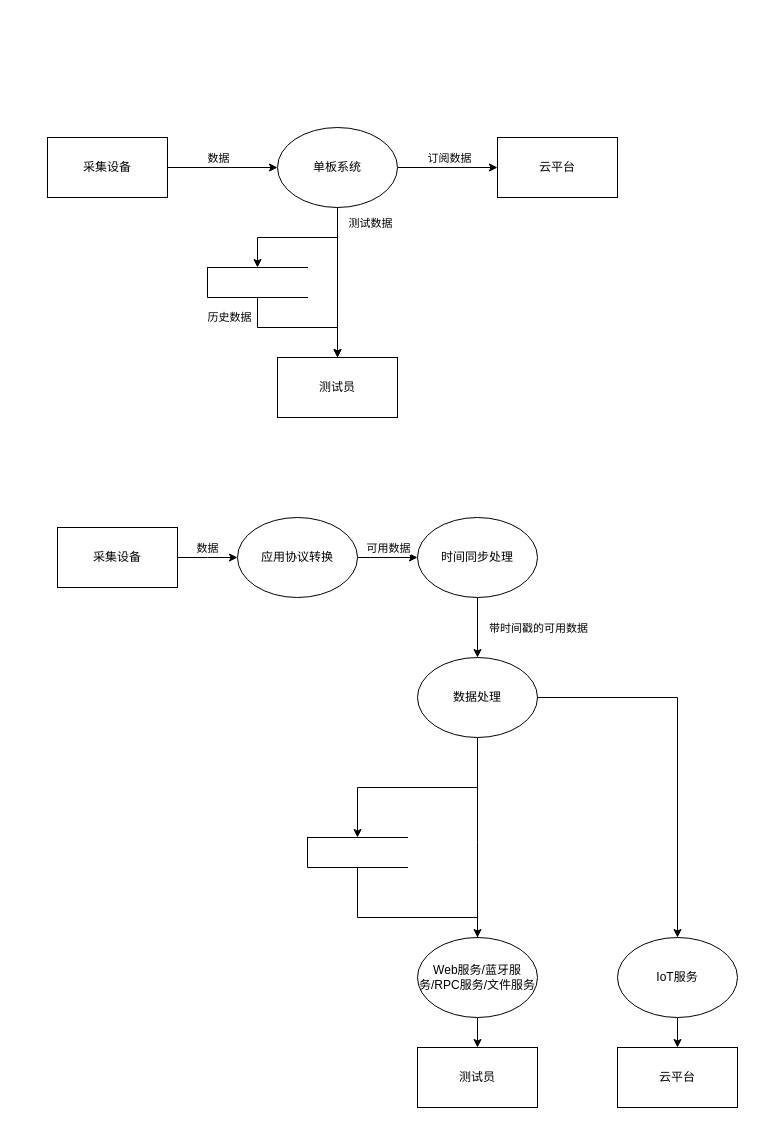
Above: RaspPI/general design.drawio in zhugy08/drawio (draw.io), before the change. Source tidied: cells renumbered, new cells numbered last; positions are measured from the earlier drawing's top-left corner, leaving out a move shared by most shapes. Both pictures are drawn from the tidied source at 100%, with x=0, y=0 at pixel (47, 127).
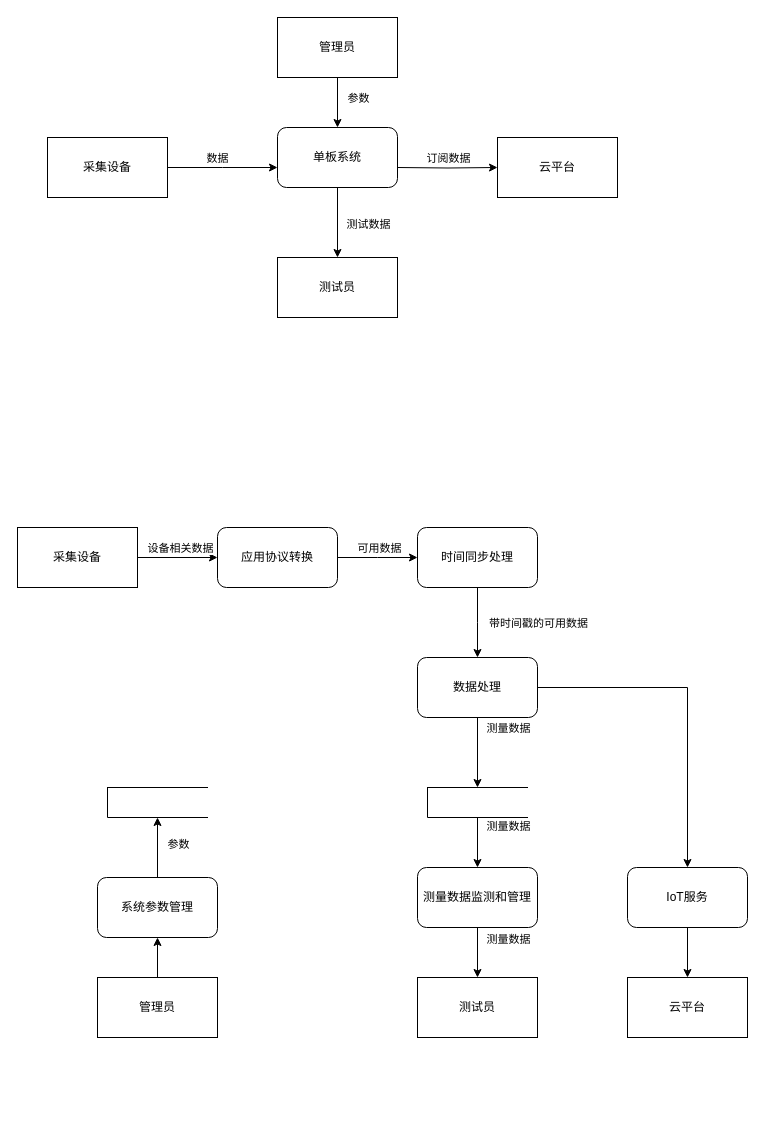
The same diagram, later.

Unchanged cells that the change refers to:
```xml
<mxCell id="4" value="采集设备" style="rounded=0;whiteSpace=wrap;html=1;" parent="1" vertex="1">
  <mxGeometry y="10" width="120" height="60" as="geometry" />
</mxCell>
<mxCell id="12" value="云平台" style="rounded=0;whiteSpace=wrap;html=1;" parent="1" vertex="1">
  <mxGeometry x="450" y="10" width="120" height="60" as="geometry" />
</mxCell>
```

The edit, as a diff of the source:
```diff
@@
-    <mxCell id="2" style="edgeStyle=orthogonalEdgeStyle;rounded=0;jettySize=auto;html=1;" parent="1" edge="1" source="4" target="10">
-      <mxGeometry relative="1" as="geometry" />
+    <mxCell id="2" style="edgeStyle=orthogonalEdgeStyle;rounded=0;jettySize=auto;html=1;" parent="1" edge="1" source="4">
+      <mxGeometry relative="1" as="geometry">
+        <mxPoint x="230" y="40" as="targetPoint" />
+      </mxGeometry>
     </mxCell>
@@
-    <mxCell id="5" style="edgeStyle=orthogonalEdgeStyle;rounded=0;jettySize=auto;html=1;" parent="1" edge="1" source="10" target="11">
-      <mxGeometry relative="1" as="geometry">
-        <Array as="points">
-          <mxPoint x="290" y="110" />
-          <mxPoint x="290" y="110" />
-        </Array>
-      </mxGeometry>
+    <mxCell id="5" style="edgeStyle=orthogonalEdgeStyle;rounded=0;jettySize=auto;html=1;exitX=0.5;exitY=1;exitDx=0;exitDy=0;" parent="1" edge="1" source="10" target="11">
+      <mxGeometry relative="1" as="geometry" />
     </mxCell>
+    <mxCell id="9" value="&lt;div&gt;测试数据&lt;/div&gt;" style="edgeLabel;html=1;align=center;verticalAlign=middle;" parent="5" vertex="1">
+      <mxGeometry x="0.22" y="1" relative="1" as="geometry">
+        <mxPoint x="29" y="-7" as="offset" />
+      </mxGeometry>
+    </mxCell>
-    <mxCell id="6" style="edgeStyle=orthogonalEdgeStyle;rounded=0;jettySize=auto;html=1;" parent="1" edge="1" source="10" target="12">
-      <mxGeometry relative="1" as="geometry" />
+    <mxCell id="6" style="edgeStyle=orthogonalEdgeStyle;rounded=0;jettySize=auto;html=1;" parent="1" edge="1" target="12">
+      <mxGeometry relative="1" as="geometry">
+        <mxPoint x="350" y="40" as="sourcePoint" />
+      </mxGeometry>
     </mxCell>
@@
-    <mxCell id="8" style="edgeStyle=orthogonalEdgeStyle;rounded=0;jettySize=auto;html=1;" parent="1" edge="1" source="10" target="15">
-      <mxGeometry relative="1" as="geometry" />
-    </mxCell>
-    <mxCell id="9" value="测试数据" style="edgeLabel;html=1;align=center;verticalAlign=middle;" parent="8" vertex="1">
-      <mxGeometry x="-0.28" y="-1" relative="1" as="geometry">
-        <mxPoint x="52" y="-14" as="offset" />
-      </mxGeometry>
-    </mxCell>
-    <mxCell id="10" value="单板系统" style="ellipse;whiteSpace=wrap;html=1;" parent="1" vertex="1">
-      <mxGeometry x="230" width="120" height="80" as="geometry" />
-    </mxCell>
     <mxCell id="11" value="测试员" style="rounded=0;whiteSpace=wrap;html=1;" parent="1" vertex="1">
-      <mxGeometry x="230" y="230" width="120" height="60" as="geometry" />
+      <mxGeometry x="230" y="130" width="120" height="60" as="geometry" />
     </mxCell>
@@
-    <mxCell id="13" style="edgeStyle=orthogonalEdgeStyle;rounded=0;jettySize=auto;html=1;entryX=0.5;entryY=0;entryDx=0;entryDy=0;" parent="1" edge="1" source="15" target="11">
-      <mxGeometry relative="1" as="geometry" />
-    </mxCell>
-    <mxCell id="14" value="历史数据" style="edgeLabel;html=1;align=center;verticalAlign=middle;" parent="13" vertex="1">
-      <mxGeometry x="-0.57" y="-1" relative="1" as="geometry">
-        <mxPoint x="-29" y="-12" as="offset" />
-      </mxGeometry>
-    </mxCell>
-    <mxCell id="15" style="html=1;dashed=0;whitespace=wrap;shape=partialRectangle;right=0;" parent="1" vertex="1">
-      <mxGeometry x="160" y="140" width="100" height="30" as="geometry" />
-    </mxCell>
-    <mxCell id="16" style="edgeStyle=orthogonalEdgeStyle;rounded=0;jettySize=auto;html=1;" parent="1" edge="1" source="18">
-      <mxGeometry relative="1" as="geometry">
-        <mxPoint x="190" y="430" as="targetPoint" />
-      </mxGeometry>
+    <mxCell id="16" style="edgeStyle=orthogonalEdgeStyle;rounded=0;jettySize=auto;html=1;entryX=0;entryY=0.5;entryDx=0;entryDy=0;" parent="1" edge="1" source="18" target="21">
+      <mxGeometry relative="1" as="geometry" />
     </mxCell>
-    <mxCell id="17" value="数据" style="edgeLabel;html=1;align=center;verticalAlign=middle;" parent="16" vertex="1">
+    <mxCell id="17" value="设备相关数据" style="edgeLabel;html=1;align=center;verticalAlign=middle;" parent="16" vertex="1">
       <mxGeometry x="0.22" y="-1" relative="1" as="geometry">
         <mxPoint x="-7" y="-11" as="offset" />
       </mxGeometry>
     </mxCell>
     <mxCell id="18" value="采集设备" style="rounded=0;whiteSpace=wrap;html=1;" parent="1" vertex="1">
-      <mxGeometry x="10" y="400" width="120" height="60" as="geometry" />
+      <mxGeometry x="-30" y="400" width="120" height="60" as="geometry" />
     </mxCell>
-    <mxCell id="19" style="edgeStyle=orthogonalEdgeStyle;rounded=0;jettySize=auto;html=1;" parent="1" edge="1" source="21" target="24">
-      <mxGeometry relative="1" as="geometry" />
+    <mxCell id="19" style="edgeStyle=orthogonalEdgeStyle;rounded=0;jettySize=auto;html=1;exitX=1;exitY=0.5;exitDx=0;exitDy=0;" parent="1" edge="1" source="21">
+      <mxGeometry relative="1" as="geometry">
+        <mxPoint x="370" y="430" as="targetPoint" />
+      </mxGeometry>
     </mxCell>
@@
-    <mxCell id="21" value="应用协议转换" style="ellipse;whiteSpace=wrap;html=1;" parent="1" vertex="1">
-      <mxGeometry x="190" y="390" width="120" height="80" as="geometry" />
-    </mxCell>
-    <mxCell id="22" style="edgeStyle=orthogonalEdgeStyle;rounded=0;jettySize=auto;html=1;" parent="1" edge="1" source="24" target="28">
-      <mxGeometry relative="1" as="geometry" />
+    <mxCell id="22" style="edgeStyle=orthogonalEdgeStyle;rounded=0;jettySize=auto;html=1;exitX=0.5;exitY=1;exitDx=0;exitDy=0;" parent="1" edge="1" source="24">
+      <mxGeometry relative="1" as="geometry">
+        <mxPoint x="430" y="530" as="targetPoint" />
+      </mxGeometry>
     </mxCell>
@@
-    <mxCell id="24" value="时间同步处理" style="ellipse;whiteSpace=wrap;html=1;" parent="1" vertex="1">
-      <mxGeometry x="370" y="390" width="120" height="80" as="geometry" />
-    </mxCell>
-    <mxCell id="25" style="edgeStyle=orthogonalEdgeStyle;rounded=0;jettySize=auto;html=1;exitX=1;exitY=0.5;exitDx=0;exitDy=0;" parent="1" edge="1" source="28" target="34">
-      <mxGeometry relative="1" as="geometry">
-        <Array as="points">
-          <mxPoint x="630" y="570" />
-        </Array>
-      </mxGeometry>
-    </mxCell>
-    <mxCell id="26" style="edgeStyle=orthogonalEdgeStyle;rounded=0;jettySize=auto;html=1;" parent="1" edge="1" source="28" target="32">
-      <mxGeometry relative="1" as="geometry">
-        <Array as="points">
-          <mxPoint x="430" y="660" />
-          <mxPoint x="310" y="660" />
-        </Array>
-      </mxGeometry>
-    </mxCell>
-    <mxCell id="27" style="edgeStyle=orthogonalEdgeStyle;rounded=0;jettySize=auto;html=1;" parent="1" edge="1" source="28">
-      <mxGeometry relative="1" as="geometry">
-        <mxPoint x="430" y="820" as="targetPoint" />
-      </mxGeometry>
-    </mxCell>
-    <mxCell id="28" value="数据处理" style="ellipse;whiteSpace=wrap;html=1;" parent="1" vertex="1">
-      <mxGeometry x="370" y="530" width="120" height="80" as="geometry" />
-    </mxCell>
     <mxCell id="29" value="测试员" style="rounded=0;whiteSpace=wrap;html=1;" parent="1" vertex="1">
-      <mxGeometry x="370" y="920" width="120" height="60" as="geometry" />
+      <mxGeometry x="370" y="850" width="120" height="60" as="geometry" />
     </mxCell>
     <mxCell id="30" value="云平台" style="rounded=0;whiteSpace=wrap;html=1;" parent="1" vertex="1">
-      <mxGeometry x="570" y="920" width="120" height="60" as="geometry" />
+      <mxGeometry x="580" y="850" width="120" height="60" as="geometry" />
     </mxCell>
-    <mxCell id="31" style="edgeStyle=orthogonalEdgeStyle;rounded=0;jettySize=auto;html=1;entryX=0.5;entryY=0;entryDx=0;entryDy=0;" parent="1" edge="1" source="32" target="36">
-      <mxGeometry relative="1" as="geometry">
-        <Array as="points">
-          <mxPoint x="310" y="790" />
-          <mxPoint x="430" y="790" />
-        </Array>
-      </mxGeometry>
-    </mxCell>
+    <mxCell id="37" style="edgeStyle=orthogonalEdgeStyle;rounded=0;jettySize=auto;html=1;" parent="1" edge="1" source="32" target="41">
+      <mxGeometry relative="1" as="geometry" />
+    </mxCell>
+    <mxCell id="38" value="测量数据" style="edgeLabel;html=1;align=center;verticalAlign=middle;" parent="37" vertex="1">
+      <mxGeometry x="-0.68" relative="1" as="geometry">
+        <mxPoint x="30" as="offset" />
+      </mxGeometry>
+    </mxCell>
     <mxCell id="32" style="html=1;dashed=0;whitespace=wrap;shape=partialRectangle;right=0;" parent="1" vertex="1">
-      <mxGeometry x="260" y="710" width="100" height="30" as="geometry" />
+      <mxGeometry x="380" y="660" width="100" height="30" as="geometry" />
     </mxCell>
+    <mxCell id="35" style="edgeStyle=orthogonalEdgeStyle;rounded=0;jettySize=auto;html=1;exitX=0.5;exitY=1;exitDx=0;exitDy=0;" parent="1" edge="1" source="41" target="29">
+      <mxGeometry relative="1" as="geometry" />
+    </mxCell>
+    <mxCell id="39" value="测量数据" style="edgeLabel;html=1;align=center;verticalAlign=middle;" parent="35" vertex="1">
+      <mxGeometry x="-0.77" relative="1" as="geometry">
+        <mxPoint x="30" y="5" as="offset" />
+      </mxGeometry>
+    </mxCell>
+    <mxCell id="10" value="单板系统" style="rounded=1;whiteSpace=wrap;html=1;" parent="1" vertex="1">
+      <mxGeometry x="230" width="120" height="60" as="geometry" />
+    </mxCell>
+    <mxCell id="21" value="应用协议转换" style="rounded=1;whiteSpace=wrap;html=1;" parent="1" vertex="1">
+      <mxGeometry x="170" y="400" width="120" height="60" as="geometry" />
+    </mxCell>
+    <mxCell id="24" value="时间同步处理" style="rounded=1;whiteSpace=wrap;html=1;" parent="1" vertex="1">
+      <mxGeometry x="370" y="400" width="120" height="60" as="geometry" />
+    </mxCell>
+    <mxCell id="26" style="edgeStyle=orthogonalEdgeStyle;rounded=0;jettySize=auto;html=1;" parent="1" edge="1" source="28" target="32">
+      <mxGeometry relative="1" as="geometry" />
+    </mxCell>
+    <mxCell id="40" value="测量数据" style="edgeLabel;html=1;align=center;verticalAlign=middle;" parent="26" vertex="1">
+      <mxGeometry x="-0.72" y="4" relative="1" as="geometry">
+        <mxPoint x="26" as="offset" />
+      </mxGeometry>
+    </mxCell>
+    <mxCell id="25" style="edgeStyle=orthogonalEdgeStyle;rounded=0;jettySize=auto;html=1;entryX=0.5;entryY=0;entryDx=0;entryDy=0;" parent="1" edge="1" source="28" target="34">
+      <mxGeometry relative="1" as="geometry" />
+    </mxCell>
+    <mxCell id="28" value="数据处理" style="rounded=1;whiteSpace=wrap;html=1;" parent="1" vertex="1">
+      <mxGeometry x="370" y="530" width="120" height="60" as="geometry" />
+    </mxCell>
@@
-    <mxCell id="34" value="IoT服务" style="ellipse;whiteSpace=wrap;html=1;" parent="1" vertex="1">
-      <mxGeometry x="570" y="810" width="120" height="80" as="geometry" />
+    <mxCell id="34" value="IoT服务" style="rounded=1;whiteSpace=wrap;html=1;" parent="1" vertex="1">
+      <mxGeometry x="580" y="740" width="120" height="60" as="geometry" />
     </mxCell>
-    <mxCell id="35" style="edgeStyle=orthogonalEdgeStyle;rounded=0;jettySize=auto;html=1;exitX=0.5;exitY=1;exitDx=0;exitDy=0;" parent="1" edge="1" source="36" target="29">
-      <mxGeometry relative="1" as="geometry" />
-    </mxCell>
-    <mxCell id="36" value="Web服务/蓝牙服务/RPC服务/文件服务" style="ellipse;whiteSpace=wrap;html=1;" parent="1" vertex="1">
-      <mxGeometry x="370" y="810" width="120" height="80" as="geometry" />
-    </mxCell>
+    <mxCell id="41" value="测量数据监测和管理" style="rounded=1;whiteSpace=wrap;html=1;" parent="1" vertex="1">
+      <mxGeometry x="370" y="740" width="120" height="60" as="geometry" />
+    </mxCell>
+    <mxCell id="42" style="edgeStyle=orthogonalEdgeStyle;rounded=0;jettySize=auto;html=1;entryX=0.5;entryY=1;entryDx=0;entryDy=0;" parent="1" edge="1" source="44" target="47">
+      <mxGeometry relative="1" as="geometry" />
+    </mxCell>
+    <mxCell id="43" value="参数" style="edgeLabel;html=1;align=center;verticalAlign=middle;" parent="42" vertex="1">
+      <mxGeometry x="0.7" y="-1" relative="1" as="geometry">
+        <mxPoint x="19" y="17" as="offset" />
+      </mxGeometry>
+    </mxCell>
+    <mxCell id="44" value="系统参数管理" style="rounded=1;whiteSpace=wrap;html=1;" parent="1" vertex="1">
+      <mxGeometry x="50" y="750" width="120" height="60" as="geometry" />
+    </mxCell>
+    <mxCell id="45" style="edgeStyle=orthogonalEdgeStyle;rounded=0;jettySize=auto;html=1;" parent="1" edge="1" source="46" target="44">
+      <mxGeometry relative="1" as="geometry" />
+    </mxCell>
+    <mxCell id="46" value="管理员" style="rounded=0;whiteSpace=wrap;html=1;" parent="1" vertex="1">
+      <mxGeometry x="50" y="850" width="120" height="60" as="geometry" />
+    </mxCell>
+    <mxCell id="47" style="html=1;dashed=0;whitespace=wrap;shape=partialRectangle;right=0;" parent="1" vertex="1">
+      <mxGeometry x="60" y="660" width="100" height="30" as="geometry" />
+    </mxCell>
+    <mxCell id="48" style="edgeStyle=orthogonalEdgeStyle;rounded=0;jettySize=auto;html=1;" parent="1" edge="1" source="50" target="10">
+      <mxGeometry relative="1" as="geometry" />
+    </mxCell>
+    <mxCell id="49" value="参数" style="edgeLabel;html=1;align=center;verticalAlign=middle;" parent="48" vertex="1">
+      <mxGeometry x="-0.73" y="1" relative="1" as="geometry">
+        <mxPoint x="19" y="13" as="offset" />
+      </mxGeometry>
+    </mxCell>
+    <mxCell id="50" value="管理员" style="rounded=0;whiteSpace=wrap;html=1;" parent="1" vertex="1">
+      <mxGeometry x="230" y="-110" width="120" height="60" as="geometry" />
+    </mxCell>
```
